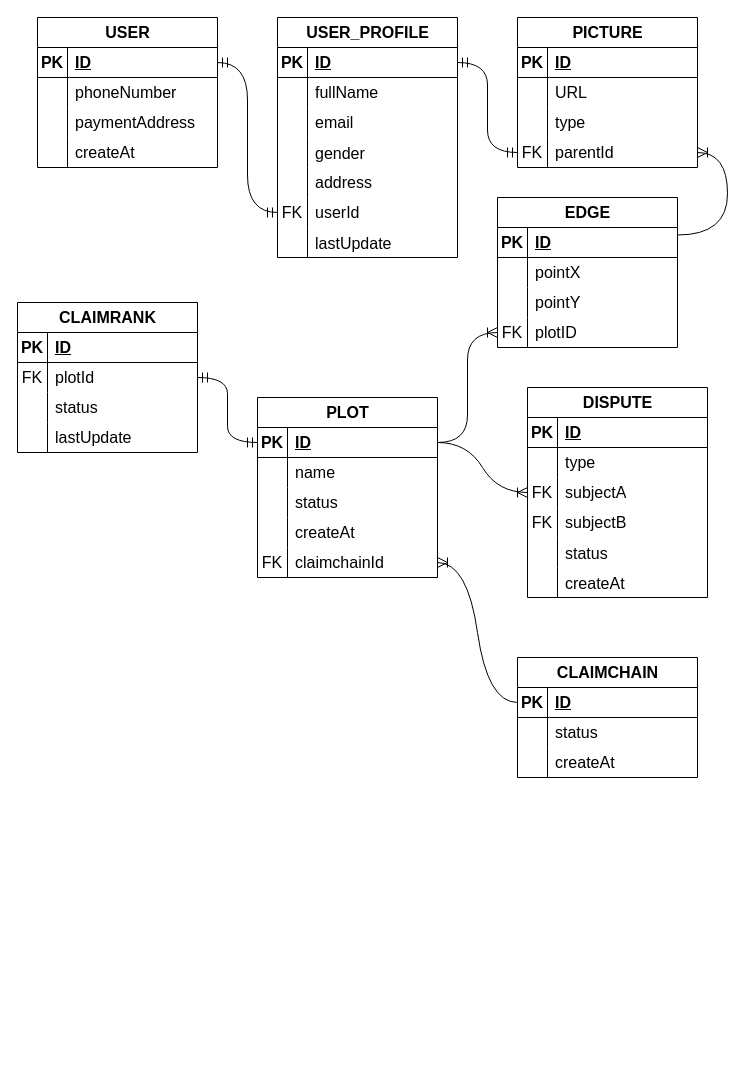
This is Untitled Diagram.drawio from qukhangfx/Commonlands-DrawIO, a draw.io file, before an edit. Source tidied: cells renumbered, new cells numbered last; positions are measured from the earlier drawing's top-left corner, leaving out a move shared by most shapes. Both pictures are drawn from the tidied source at 100%, with x=0, y=0 at pixel (17, 17).
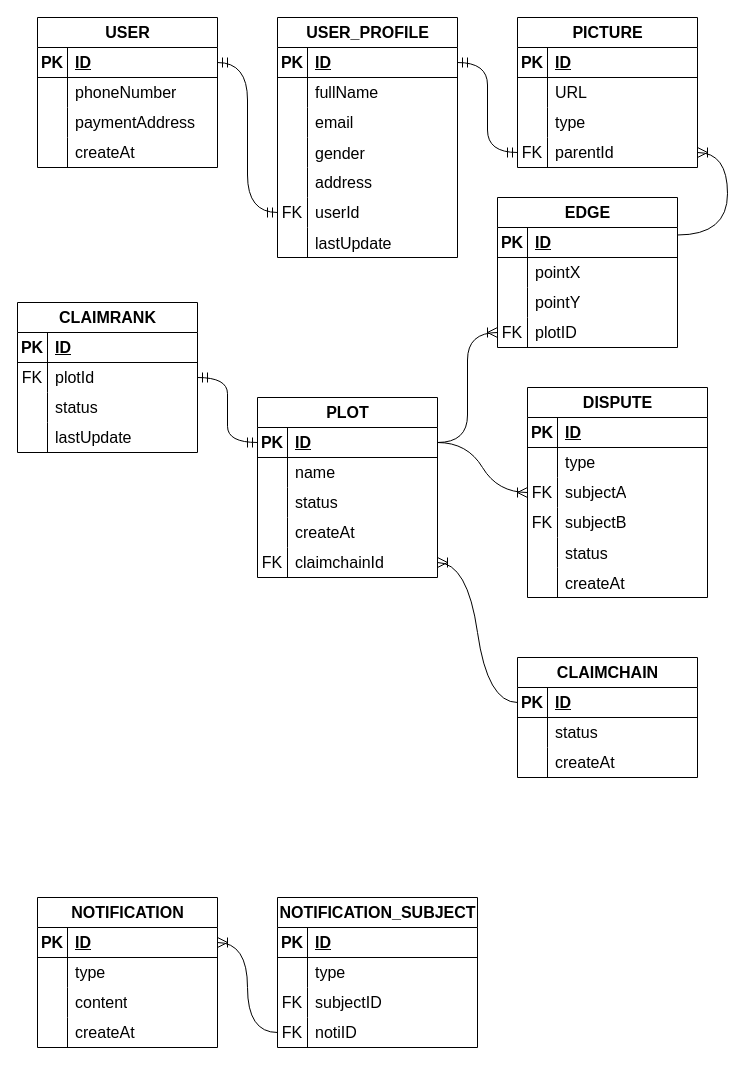
The same page after the edit.

The edit, as a diff of the source:
```diff
@@
+    <mxCell id="128" value="NOTIFICATION" style="shape=table;startSize=30;childLayout=tableLayout;rowLines=0;fontStyle=1;align=center;html=1;fontSize=16;" parent="1" vertex="1">
+      <mxGeometry x="20" y="880" width="180" height="150" as="geometry" />
+    </mxCell>
+    <mxCell id="129" style="shape=tableRow;horizontal=0;startSize=0;swimlaneHead=0;swimlaneBody=0;fillColor=none;points=[[0,0.5],[1,0.5]];portConstraint=eastwest;top=0;left=0;right=0;bottom=1;fontSize=16;" parent="128" vertex="1">
+      <mxGeometry y="30" width="180" height="30" as="geometry" />
+    </mxCell>
+    <mxCell id="130" value="PK" style="shape=partialRectangle;fillColor=none;top=0;left=0;bottom=0;right=0;fontStyle=1;overflow=hidden;whiteSpace=wrap;html=1;fontSize=16;" parent="129" vertex="1">
+      <mxGeometry width="30" height="30" as="geometry" />
+    </mxCell>
+    <mxCell id="131" value="ID" style="shape=partialRectangle;fillColor=none;top=0;left=0;bottom=0;right=0;align=left;spacingLeft=6;fontStyle=5;overflow=hidden;whiteSpace=wrap;html=1;fontSize=16;" parent="129" vertex="1">
+      <mxGeometry x="30" width="150" height="30" as="geometry" />
+    </mxCell>
+    <mxCell id="132" style="shape=tableRow;horizontal=0;startSize=0;swimlaneHead=0;swimlaneBody=0;fillColor=none;top=0;left=0;right=0;bottom=0;fontSize=16;" parent="128" vertex="1">
+      <mxGeometry y="60" width="180" height="30" as="geometry" />
+    </mxCell>
+    <mxCell id="133" style="shape=partialRectangle;fillColor=none;top=0;left=0;bottom=0;right=0;overflow=hidden;whiteSpace=wrap;html=1;fontSize=16;" parent="132" vertex="1">
+      <mxGeometry width="30" height="30" as="geometry" />
+    </mxCell>
+    <mxCell id="134" value="type" style="shape=partialRectangle;fillColor=none;top=0;left=0;bottom=0;right=0;align=left;spacingLeft=6;overflow=hidden;whiteSpace=wrap;html=1;fontSize=16;" parent="132" vertex="1">
+      <mxGeometry x="30" width="150" height="30" as="geometry" />
+    </mxCell>
+    <mxCell id="135" style="shape=tableRow;horizontal=0;startSize=0;swimlaneHead=0;swimlaneBody=0;fillColor=none;top=0;left=0;right=0;bottom=0;fontSize=16;" parent="128" vertex="1">
+      <mxGeometry y="90" width="180" height="30" as="geometry" />
+    </mxCell>
+    <mxCell id="136" style="shape=partialRectangle;fillColor=none;top=0;left=0;bottom=0;right=0;overflow=hidden;whiteSpace=wrap;html=1;fontSize=16;" parent="135" vertex="1">
+      <mxGeometry width="30" height="30" as="geometry" />
+    </mxCell>
+    <mxCell id="137" value="content" style="shape=partialRectangle;fillColor=none;top=0;left=0;bottom=0;right=0;align=left;spacingLeft=6;overflow=hidden;whiteSpace=wrap;html=1;fontSize=16;" parent="135" vertex="1">
+      <mxGeometry x="30" width="150" height="30" as="geometry" />
+    </mxCell>
+    <mxCell id="138" style="shape=tableRow;horizontal=0;startSize=0;swimlaneHead=0;swimlaneBody=0;fillColor=none;top=0;left=0;right=0;bottom=0;fontSize=16;" parent="128" vertex="1">
+      <mxGeometry y="120" width="180" height="30" as="geometry" />
+    </mxCell>
+    <mxCell id="139" style="shape=partialRectangle;fillColor=none;top=0;left=0;bottom=0;right=0;overflow=hidden;whiteSpace=wrap;html=1;fontSize=16;" parent="138" vertex="1">
+      <mxGeometry width="30" height="30" as="geometry" />
+    </mxCell>
+    <mxCell id="140" value="createAt" style="shape=partialRectangle;fillColor=none;top=0;left=0;bottom=0;right=0;align=left;spacingLeft=6;overflow=hidden;whiteSpace=wrap;html=1;fontSize=16;" parent="138" vertex="1">
+      <mxGeometry x="30" width="150" height="30" as="geometry" />
+    </mxCell>
+    <mxCell id="141" value="NOTIFICATION_SUBJECT" style="shape=table;startSize=30;childLayout=tableLayout;rowLines=0;fontStyle=1;align=center;html=1;fontSize=16;" parent="1" vertex="1">
+      <mxGeometry x="260" y="880" width="200" height="150" as="geometry" />
+    </mxCell>
+    <mxCell id="142" style="shape=tableRow;horizontal=0;startSize=0;swimlaneHead=0;swimlaneBody=0;fillColor=none;top=0;left=0;right=0;bottom=1;fontSize=16;" parent="141" vertex="1">
+      <mxGeometry y="30" width="200" height="30" as="geometry" />
+    </mxCell>
+    <mxCell id="143" value="PK" style="shape=partialRectangle;fillColor=none;top=0;left=0;bottom=0;right=0;fontStyle=1;overflow=hidden;whiteSpace=wrap;html=1;fontSize=16;" parent="142" vertex="1">
+      <mxGeometry width="30" height="30" as="geometry" />
+    </mxCell>
+    <mxCell id="144" value="ID" style="shape=partialRectangle;fillColor=none;top=0;left=0;bottom=0;right=0;align=left;spacingLeft=6;fontStyle=5;overflow=hidden;whiteSpace=wrap;html=1;fontSize=16;" parent="142" vertex="1">
+      <mxGeometry x="30" width="170" height="30" as="geometry" />
+    </mxCell>
+    <mxCell id="145" style="shape=tableRow;horizontal=0;startSize=0;swimlaneHead=0;swimlaneBody=0;fillColor=none;top=0;left=0;right=0;bottom=0;fontSize=16;" parent="141" vertex="1">
+      <mxGeometry y="60" width="200" height="30" as="geometry" />
+    </mxCell>
+    <mxCell id="146" style="shape=partialRectangle;fillColor=none;top=0;left=0;bottom=0;right=0;overflow=hidden;whiteSpace=wrap;html=1;fontSize=16;" parent="145" vertex="1">
+      <mxGeometry width="30" height="30" as="geometry" />
+    </mxCell>
+    <mxCell id="147" value="type" style="shape=partialRectangle;fillColor=none;top=0;left=0;bottom=0;right=0;align=left;spacingLeft=6;overflow=hidden;whiteSpace=wrap;html=1;fontSize=16;" parent="145" vertex="1">
+      <mxGeometry x="30" width="170" height="30" as="geometry" />
+    </mxCell>
+    <mxCell id="148" style="shape=tableRow;horizontal=0;startSize=0;swimlaneHead=0;swimlaneBody=0;fillColor=none;top=0;left=0;right=0;bottom=0;fontSize=16;" parent="141" vertex="1">
+      <mxGeometry y="90" width="200" height="30" as="geometry" />
+    </mxCell>
+    <mxCell id="149" value="FK" style="shape=partialRectangle;fillColor=none;top=0;left=0;bottom=0;right=0;fontStyle=0;overflow=hidden;whiteSpace=wrap;html=1;fontSize=16;" parent="148" vertex="1">
+      <mxGeometry width="30" height="30" as="geometry" />
+    </mxCell>
+    <mxCell id="150" value="subjectID" style="shape=partialRectangle;fillColor=none;top=0;left=0;bottom=0;right=0;align=left;spacingLeft=6;fontStyle=0;overflow=hidden;whiteSpace=wrap;html=1;fontSize=16;" parent="148" vertex="1">
+      <mxGeometry x="30" width="170" height="30" as="geometry" />
+    </mxCell>
+    <mxCell id="151" style="shape=tableRow;horizontal=0;startSize=0;swimlaneHead=0;swimlaneBody=0;fillColor=none;points=[[0,0.5],[1,0.5]];portConstraint=eastwest;top=0;left=0;right=0;bottom=0;fontSize=16;" parent="141" vertex="1">
+      <mxGeometry y="120" width="200" height="30" as="geometry" />
+    </mxCell>
+    <mxCell id="152" value="FK" style="shape=partialRectangle;fillColor=none;top=0;left=0;bottom=0;right=0;fontStyle=0;overflow=hidden;whiteSpace=wrap;html=1;fontSize=16;" parent="151" vertex="1">
+      <mxGeometry width="30" height="30" as="geometry" />
+    </mxCell>
+    <mxCell id="153" value="notiID" style="shape=partialRectangle;fillColor=none;top=0;left=0;bottom=0;right=0;align=left;spacingLeft=6;fontStyle=0;overflow=hidden;whiteSpace=wrap;html=1;fontSize=16;" parent="151" vertex="1">
+      <mxGeometry x="30" width="170" height="30" as="geometry" />
+    </mxCell>
+    <mxCell id="154" style="edgeStyle=entityRelationEdgeStyle;fontSize=12;html=1;endArrow=ERoneToMany;rounded=0;startSize=8;endSize=8;curved=1;entryX=1;entryY=0.5;entryDx=0;entryDy=0;exitX=0;exitY=0.5;exitDx=0;exitDy=0;" parent="1" edge="1" source="151" target="129">
+      <mxGeometry relative="1" as="geometry" />
+    </mxCell>
```
